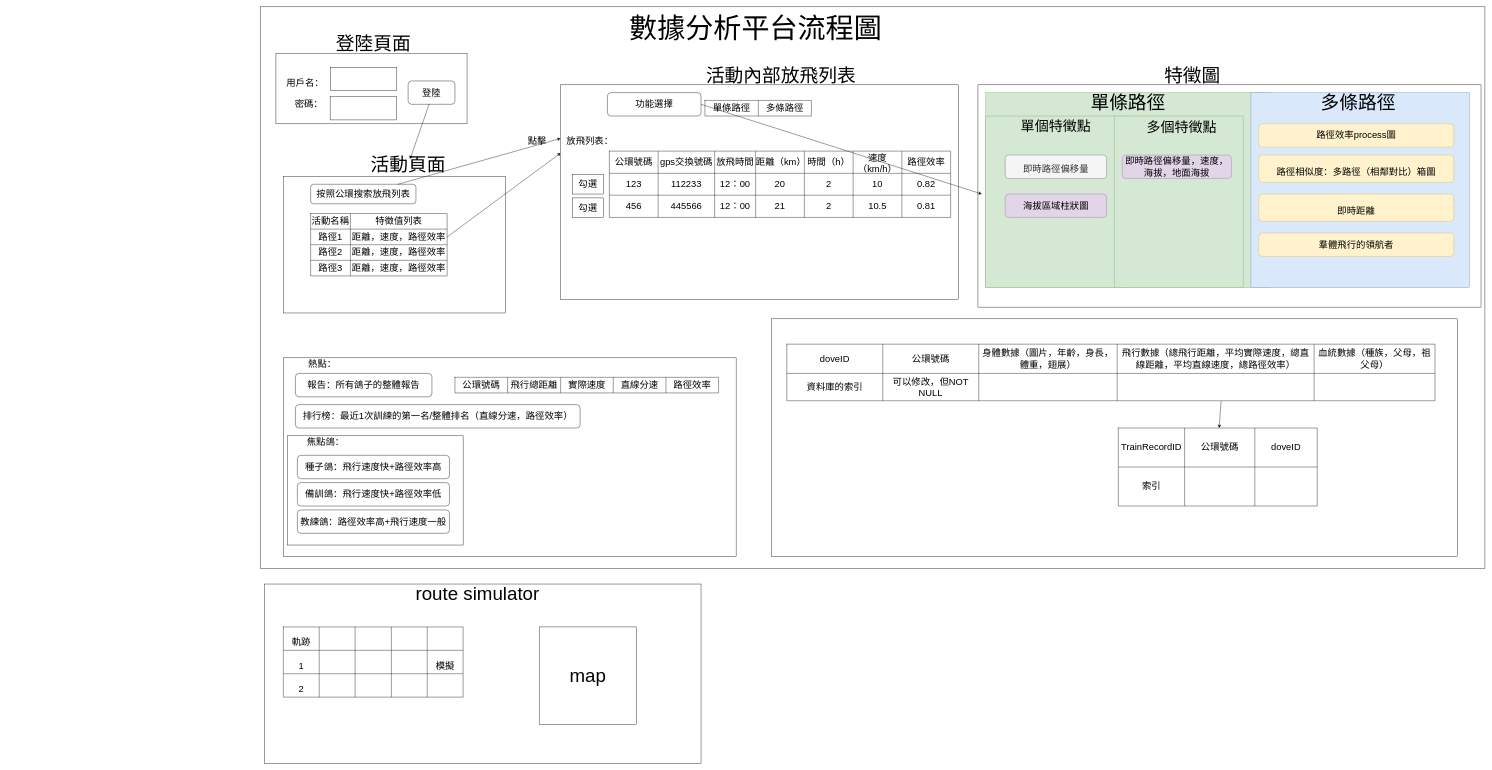
pengzhen80/PigeonRace keeps this draw.io diagram as page "流程圖" (9 of 18) of gpsDataAnalysisFunctionDesion.drawio. Above is the earlier version. Source tidied: cells renumbered, new cells numbered last; positions are measured from the earlier drawing's top-left corner, leaving out a move shared by most shapes. Both pictures are drawn from the tidied source at 39%, with x=0, y=0 at pixel (260, 7).
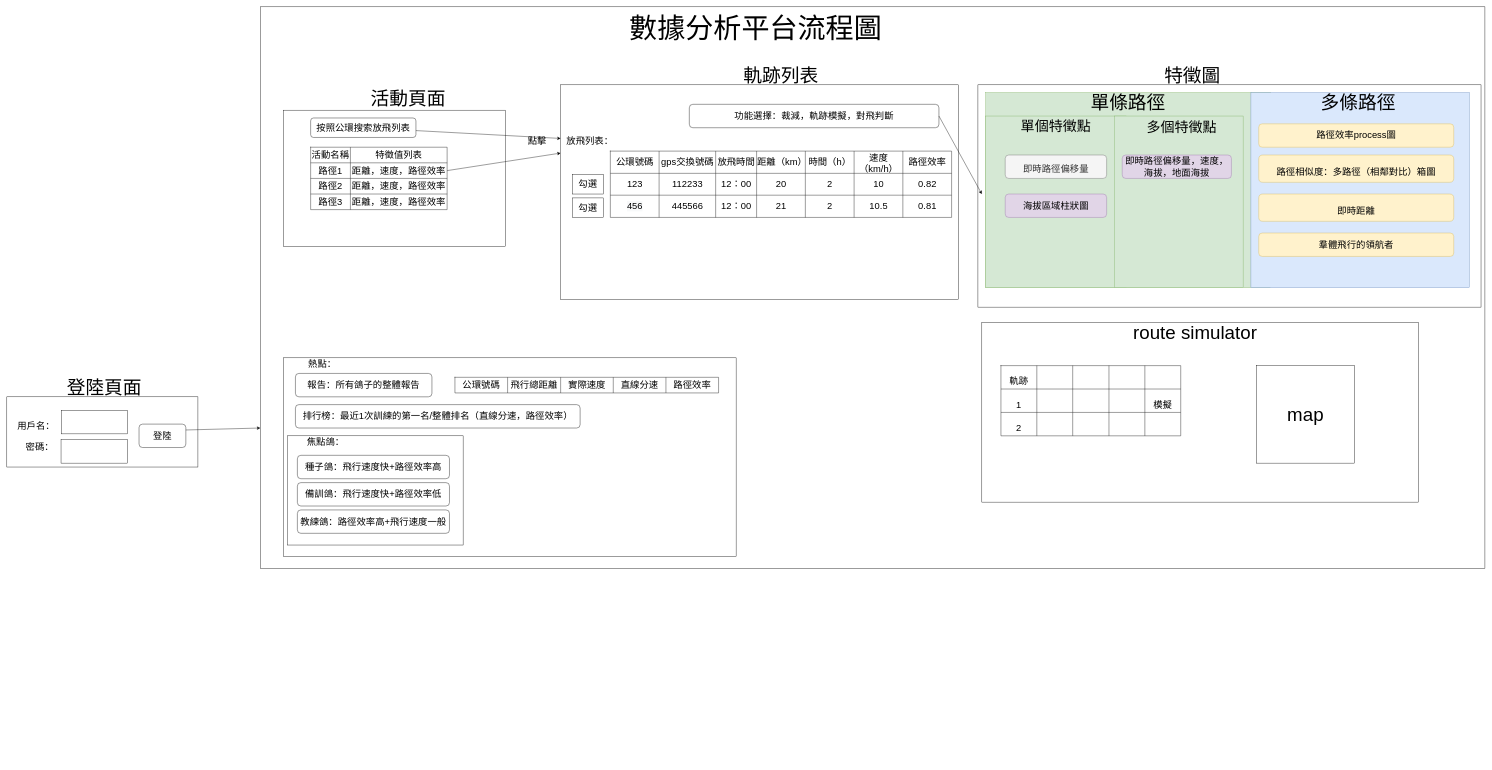
The same diagram, later.

The change refers to these unchanged cells:
```xml
<mxCell id="2" style="rounded=0;whiteSpace=wrap;html=1;fontSize=24;" parent="1" vertex="1">
  <mxGeometry width="3140" height="1440" as="geometry" />
</mxCell>
```

Change to the diagram source:
```diff
@@
     <mxCell id="6" style="rounded=0;whiteSpace=wrap;html=1;fontSize=24;" parent="1" vertex="1">
-      <mxGeometry x="59" y="435" width="570" height="350" as="geometry" />
+      <mxGeometry x="59" y="265" width="570" height="350" as="geometry" />
     </mxCell>
     <mxCell id="7" value="&lt;font style=&quot;font-size: 48px;&quot;&gt;活動頁面&lt;/font&gt;" style="text;html=1;strokeColor=none;fillColor=none;align=center;verticalAlign=middle;whiteSpace=wrap;rounded=0;fontSize=24;" parent="1" vertex="1">
-      <mxGeometry x="259" y="390" width="240" height="30" as="geometry" />
+      <mxGeometry x="259" y="220" width="240" height="30" as="geometry" />
     </mxCell>
     <mxCell id="8" style="shape=table;startSize=0;childLayout=tableLayout;fontSize=24;" parent="1" vertex="1">
-      <mxGeometry x="129" y="530" width="350" height="160" as="geometry" />
+      <mxGeometry x="129" y="360" width="350" height="160" as="geometry" />
     </mxCell>
@@
-    <mxCell id="24" value="&lt;font style=&quot;font-size: 48px;&quot;&gt;活動內部放飛列表&lt;/font&gt;" style="text;html=1;strokeColor=none;fillColor=none;align=center;verticalAlign=middle;whiteSpace=wrap;rounded=0;fontSize=24;" parent="1" vertex="1">
+    <mxCell id="24" value="&lt;font style=&quot;font-size: 48px;&quot;&gt;軌跡列表&lt;/font&gt;" style="text;html=1;strokeColor=none;fillColor=none;align=center;verticalAlign=middle;whiteSpace=wrap;rounded=0;fontSize=24;" parent="1" vertex="1">
       <mxGeometry x="1110" y="160" width="450" height="30" as="geometry" />
     </mxCell>
@@
     <mxCell id="27" style="shape=table;startSize=0;childLayout=tableLayout;fontSize=24;" parent="1" vertex="1">
-      <mxGeometry x="895" y="370" width="875" height="170" as="geometry" />
+      <mxGeometry x="897.5" y="370" width="875" height="170" as="geometry" />
     </mxCell>
@@
-    <mxCell id="52" value="功能選擇" style="rounded=1;whiteSpace=wrap;html=1;fontSize=24;" parent="1" vertex="1">
-      <mxGeometry x="890" y="220" width="240" height="60" as="geometry" />
+    <mxCell id="52" value="功能選擇：裁減，軌跡模擬，對飛判斷" style="rounded=1;whiteSpace=wrap;html=1;fontSize=24;" parent="1" vertex="1">
+      <mxGeometry x="1100" y="250" width="640" height="60" as="geometry" />
     </mxCell>
@@
     <mxCell id="55" value="按照公環搜索放飛列表" style="rounded=1;whiteSpace=wrap;html=1;fontSize=24;" parent="1" vertex="1">
-      <mxGeometry x="129" y="455" width="270" height="50" as="geometry" />
+      <mxGeometry x="129" y="285" width="270" height="50" as="geometry" />
     </mxCell>
@@
-    <mxCell id="57" style="shape=table;startSize=0;childLayout=tableLayout;fontSize=24;" parent="1" vertex="1">
-      <mxGeometry x="1140" y="240" width="273" height="40" as="geometry" />
-    </mxCell>
-    <mxCell id="58" style="shape=tableRow;horizontal=0;startSize=0;swimlaneHead=0;swimlaneBody=0;top=0;left=0;bottom=0;right=0;fillColor=none;fontSize=24;" parent="57" vertex="1">
-      <mxGeometry width="273" height="40" as="geometry" />
-    </mxCell>
-    <mxCell id="59" value="單條路徑" style="shape=partialRectangle;html=1;whiteSpace=wrap;overflow=hidden;fillColor=none;top=0;left=0;bottom=0;right=0;fontSize=24;" parent="58" vertex="1">
-      <mxGeometry width="137" height="40" as="geometry" />
-    </mxCell>
-    <mxCell id="60" value="多條路徑" style="shape=partialRectangle;html=1;whiteSpace=wrap;overflow=hidden;fillColor=none;top=0;left=0;bottom=0;right=0;fontSize=24;" parent="58" vertex="1">
-      <mxGeometry x="137" width="136" height="40" as="geometry" />
-    </mxCell>
@@
     <mxCell id="63" style="rounded=0;whiteSpace=wrap;html=1;" parent="1" vertex="1">
-      <mxGeometry x="40" y="120" width="490" height="180" as="geometry" />
+      <mxGeometry x="-650" y="1000" width="490" height="180" as="geometry" />
     </mxCell>
     <mxCell id="64" value="&lt;font style=&quot;font-size: 48px;&quot;&gt;登陸頁面&lt;/font&gt;" style="text;html=1;strokeColor=none;fillColor=none;align=center;verticalAlign=middle;whiteSpace=wrap;rounded=0;fontSize=24;" parent="1" vertex="1">
-      <mxGeometry x="170" y="80" width="240" height="30" as="geometry" />
+      <mxGeometry x="-520" y="960" width="240" height="30" as="geometry" />
     </mxCell>
     <mxCell id="65" value="&lt;font style=&quot;font-size: 24px;&quot;&gt;登陸&lt;/font&gt;" style="rounded=1;whiteSpace=wrap;html=1;" parent="1" vertex="1">
-      <mxGeometry x="379" y="190" width="120" height="60" as="geometry" />
+      <mxGeometry x="-311" y="1070" width="120" height="60" as="geometry" />
     </mxCell>
     <mxCell id="66" value="&lt;font style=&quot;font-size: 24px;&quot;&gt;用戶名：&lt;/font&gt;" style="text;html=1;strokeColor=none;fillColor=none;align=center;verticalAlign=middle;whiteSpace=wrap;rounded=0;" parent="1" vertex="1">
-      <mxGeometry x="50" y="180" width="130" height="30" as="geometry" />
+      <mxGeometry x="-640" y="1060" width="130" height="30" as="geometry" />
     </mxCell>
     <mxCell id="67" value="&lt;font style=&quot;font-size: 24px;&quot;&gt;密碼：&lt;/font&gt;" style="text;html=1;strokeColor=none;fillColor=none;align=center;verticalAlign=middle;whiteSpace=wrap;rounded=0;" parent="1" vertex="1">
-      <mxGeometry x="70" y="235" width="109" height="30" as="geometry" />
+      <mxGeometry x="-620" y="1115" width="109" height="30" as="geometry" />
     </mxCell>
     <mxCell id="68" style="rounded=0;whiteSpace=wrap;html=1;" parent="1" vertex="1">
-      <mxGeometry x="180" y="155" width="170" height="60" as="geometry" />
+      <mxGeometry x="-510" y="1035" width="170" height="60" as="geometry" />
     </mxCell>
     <mxCell id="69" style="rounded=0;whiteSpace=wrap;html=1;" parent="1" vertex="1">
-      <mxGeometry x="179" y="230" width="170" height="60" as="geometry" />
+      <mxGeometry x="-511" y="1110" width="170" height="60" as="geometry" />
     </mxCell>
-    <mxCell id="70" style="endArrow=classic;html=1;rounded=0;fontSize=24;exitX=0.45;exitY=0.983;exitDx=0;exitDy=0;exitPerimeter=0;" parent="1" edge="1" source="65" target="7">
+    <mxCell id="70" style="endArrow=classic;html=1;rounded=0;fontSize=24;exitX=1;exitY=0.25;exitDx=0;exitDy=0;entryX=0;entryY=0.75;entryDx=0;entryDy=0;" parent="1" edge="1" source="65" target="2">
       <mxGeometry relative="1" as="geometry" />
     </mxCell>
@@
-    <mxCell id="100" style="rounded=0;whiteSpace=wrap;html=1;" parent="1" vertex="1">
-      <mxGeometry x="1310" y="800" width="1760" height="610" as="geometry" />
-    </mxCell>
-    <mxCell id="101" style="shape=table;startSize=0;childLayout=tableLayout;" parent="1" vertex="1">
-      <mxGeometry x="1350" y="865" width="1662" height="145" as="geometry" />
-    </mxCell>
-    <mxCell id="102" style="shape=tableRow;horizontal=0;startSize=0;swimlaneHead=0;swimlaneBody=0;top=0;left=0;bottom=0;right=0;fillColor=none;" parent="101" vertex="1">
-      <mxGeometry width="1662" height="75" as="geometry" />
-    </mxCell>
-    <mxCell id="103" value="&lt;font style=&quot;font-size: 24px;&quot;&gt;doveID&lt;/font&gt;" style="shape=partialRectangle;html=1;whiteSpace=wrap;overflow=hidden;fillColor=none;top=0;left=0;bottom=0;right=0;" parent="102" vertex="1">
-      <mxGeometry width="246" height="75" as="geometry" />
-    </mxCell>
-    <mxCell id="104" value="&lt;font style=&quot;font-size: 24px;&quot;&gt;公環號碼&lt;/font&gt;" style="shape=partialRectangle;html=1;whiteSpace=wrap;overflow=hidden;fillColor=none;top=0;left=0;bottom=0;right=0;" parent="102" vertex="1">
-      <mxGeometry x="246" width="246" height="75" as="geometry" />
-    </mxCell>
-    <mxCell id="105" value="&lt;font style=&quot;font-size: 24px;&quot;&gt;身體數據（圖片，年齡，身長，體重，翅展）&lt;/font&gt;" style="shape=partialRectangle;html=1;whiteSpace=wrap;overflow=hidden;fillColor=none;top=0;left=0;bottom=0;right=0;" parent="102" vertex="1">
-      <mxGeometry x="492" width="355" height="75" as="geometry" />
-    </mxCell>
-    <mxCell id="106" value="&lt;font style=&quot;font-size: 24px;&quot;&gt;飛行數據（總飛行距離，平均實際速度，總直線距離，平均直線速度，總路徑效率）&lt;/font&gt;" style="shape=partialRectangle;html=1;whiteSpace=wrap;overflow=hidden;fillColor=none;top=0;left=0;bottom=0;right=0;" parent="102" vertex="1">
-      <mxGeometry x="847" width="505" height="75" as="geometry" />
-    </mxCell>
-    <mxCell id="107" value="&lt;font style=&quot;font-size: 24px;&quot;&gt;血統數據（種族，父母，祖父母）&lt;/font&gt;" style="shape=partialRectangle;html=1;whiteSpace=wrap;overflow=hidden;fillColor=none;top=0;left=0;bottom=0;right=0;" parent="102" vertex="1">
-      <mxGeometry x="1352" width="310" height="75" as="geometry" />
-    </mxCell>
-    <mxCell id="108" style="shape=tableRow;horizontal=0;startSize=0;swimlaneHead=0;swimlaneBody=0;top=0;left=0;bottom=0;right=0;fillColor=none;points=[[0,0.5],[1,0.5]];portConstraint=eastwest;" parent="101" vertex="1">
-      <mxGeometry y="75" width="1662" height="70" as="geometry" />
-    </mxCell>
-    <mxCell id="109" value="&lt;font style=&quot;font-size: 24px;&quot;&gt;資料庫的索引&lt;/font&gt;" style="shape=partialRectangle;html=1;whiteSpace=wrap;overflow=hidden;fillColor=none;top=0;left=0;bottom=0;right=0;" parent="108" vertex="1">
-      <mxGeometry width="246" height="70" as="geometry" />
-    </mxCell>
-    <mxCell id="110" value="&lt;font style=&quot;font-size: 24px;&quot;&gt;可以修改，但NOT NULL&lt;/font&gt;" style="shape=partialRectangle;html=1;whiteSpace=wrap;overflow=hidden;fillColor=none;top=0;left=0;bottom=0;right=0;" parent="108" vertex="1">
-      <mxGeometry x="246" width="246" height="70" as="geometry" />
-    </mxCell>
-    <mxCell id="111" style="shape=partialRectangle;html=1;whiteSpace=wrap;overflow=hidden;fillColor=none;top=0;left=0;bottom=0;right=0;" parent="108" vertex="1">
-      <mxGeometry x="492" width="355" height="70" as="geometry" />
-    </mxCell>
-    <mxCell id="112" style="shape=partialRectangle;html=1;whiteSpace=wrap;overflow=hidden;fillColor=none;top=0;left=0;bottom=0;right=0;" parent="108" vertex="1">
-      <mxGeometry x="847" width="505" height="70" as="geometry" />
-    </mxCell>
-    <mxCell id="113" style="shape=partialRectangle;html=1;whiteSpace=wrap;overflow=hidden;fillColor=none;top=0;left=0;bottom=0;right=0;" parent="108" vertex="1">
-      <mxGeometry x="1352" width="310" height="70" as="geometry" />
-    </mxCell>
-    <mxCell id="114" style="shape=table;startSize=0;childLayout=tableLayout;fontSize=24;" parent="1" vertex="1">
-      <mxGeometry x="2200" y="1080" width="510" height="200" as="geometry" />
-    </mxCell>
-    <mxCell id="115" style="shape=tableRow;horizontal=0;startSize=0;swimlaneHead=0;swimlaneBody=0;top=0;left=0;bottom=0;right=0;fillColor=none;points=[[0,0.5],[1,0.5]];portConstraint=eastwest;fontSize=24;" parent="114" vertex="1">
-      <mxGeometry width="510" height="100" as="geometry" />
-    </mxCell>
-    <mxCell id="116" value="TrainRecordID" style="shape=partialRectangle;html=1;whiteSpace=wrap;overflow=hidden;fillColor=none;top=0;left=0;bottom=0;right=0;fontSize=24;" parent="115" vertex="1">
-      <mxGeometry width="170" height="100" as="geometry" />
-    </mxCell>
-    <mxCell id="117" value="公環號碼" style="shape=partialRectangle;html=1;whiteSpace=wrap;overflow=hidden;fillColor=none;top=0;left=0;bottom=0;right=0;fontSize=24;" parent="115" vertex="1">
-      <mxGeometry x="170" width="180" height="100" as="geometry" />
-    </mxCell>
-    <mxCell id="118" value="doveID" style="shape=partialRectangle;html=1;whiteSpace=wrap;overflow=hidden;fillColor=none;top=0;left=0;bottom=0;right=0;fontSize=24;" parent="115" vertex="1">
-      <mxGeometry x="350" width="160" height="100" as="geometry" />
-    </mxCell>
-    <mxCell id="119" style="shape=tableRow;horizontal=0;startSize=0;swimlaneHead=0;swimlaneBody=0;top=0;left=0;bottom=0;right=0;fillColor=none;fontSize=24;" parent="114" vertex="1">
-      <mxGeometry y="100" width="510" height="100" as="geometry" />
-    </mxCell>
-    <mxCell id="120" value="索引" style="shape=partialRectangle;html=1;whiteSpace=wrap;overflow=hidden;fillColor=none;top=0;left=0;bottom=0;right=0;fontSize=24;" parent="119" vertex="1">
-      <mxGeometry width="170" height="100" as="geometry" />
-    </mxCell>
-    <mxCell id="121" style="shape=partialRectangle;html=1;whiteSpace=wrap;overflow=hidden;fillColor=none;top=0;left=0;bottom=0;right=0;fontSize=24;" parent="119" vertex="1">
-      <mxGeometry x="170" width="180" height="100" as="geometry" />
-    </mxCell>
-    <mxCell id="122" style="shape=partialRectangle;html=1;whiteSpace=wrap;overflow=hidden;fillColor=none;top=0;left=0;bottom=0;right=0;fontSize=24;" parent="119" vertex="1">
-      <mxGeometry x="350" width="160" height="100" as="geometry" />
-    </mxCell>
-    <mxCell id="123" style="endArrow=classic;html=1;rounded=0;fontSize=24;exitX=0.67;exitY=1.014;exitDx=0;exitDy=0;exitPerimeter=0;" parent="1" edge="1" source="108" target="115">
-      <mxGeometry relative="1" as="geometry" />
-    </mxCell>
-    <mxCell id="124" style="rounded=0;whiteSpace=wrap;html=1;" parent="1" vertex="1">
-      <mxGeometry x="10" y="1480" width="1120" height="460" as="geometry" />
-    </mxCell>
+    <mxCell id="146" style="rounded=0;whiteSpace=wrap;html=1;" parent="1" vertex="1">
+      <mxGeometry x="1850" y="810" width="1120" height="460" as="geometry" />
+    </mxCell>
     <mxCell id="125" value="&lt;font style=&quot;font-size: 48px;&quot;&gt;route simulator&lt;/font&gt;" style="text;html=1;strokeColor=none;fillColor=none;align=center;verticalAlign=middle;whiteSpace=wrap;rounded=0;" parent="1" vertex="1">
-      <mxGeometry x="357" y="1490" width="400" height="30" as="geometry" />
+      <mxGeometry x="2197" y="820" width="400" height="30" as="geometry" />
     </mxCell>
     <mxCell id="126" value="map" style="whiteSpace=wrap;html=1;fontSize=48;" parent="1" vertex="1">
-      <mxGeometry x="715" y="1590" width="250" height="250" as="geometry" />
+      <mxGeometry x="2555" y="920" width="250" height="250" as="geometry" />
     </mxCell>
-    <mxCell id="127" style="shape=table;startSize=0;childLayout=tableLayout;fontSize=48;" parent="1" vertex="1">
-      <mxGeometry x="59" y="1590" width="461" height="180" as="geometry" />
-    </mxCell>
+    <mxCell id="147" style="shape=table;startSize=0;childLayout=tableLayout;fontSize=48;" parent="1" vertex="1">
+      <mxGeometry x="1899" y="920" width="461" height="180" as="geometry" />
+    </mxCell>
-    <mxCell id="128" style="shape=tableRow;horizontal=0;startSize=0;swimlaneHead=0;swimlaneBody=0;top=0;left=0;bottom=0;right=0;fillColor=none;fontSize=48;" parent="127" vertex="1">
+    <mxCell id="128" style="shape=tableRow;horizontal=0;startSize=0;swimlaneHead=0;swimlaneBody=0;top=0;left=0;bottom=0;right=0;fillColor=none;fontSize=48;" parent="147" vertex="1">
       <mxGeometry width="461" height="60" as="geometry" />
     </mxCell>
@@
-    <mxCell id="130" style="shape=partialRectangle;html=1;whiteSpace=wrap;overflow=hidden;fillColor=none;top=0;left=0;bottom=0;right=0;fontSize=48;" parent="128" vertex="1">
-      <mxGeometry x="92" width="92" height="60" as="geometry" />
-    </mxCell>
-    <mxCell id="131" style="shape=partialRectangle;html=1;whiteSpace=wrap;overflow=hidden;fillColor=none;top=0;left=0;bottom=0;right=0;fontSize=48;" parent="128" vertex="1">
-      <mxGeometry x="184" width="93" height="60" as="geometry" />
-    </mxCell>
-    <mxCell id="132" style="shape=partialRectangle;html=1;whiteSpace=wrap;overflow=hidden;fillColor=none;top=0;left=0;bottom=0;right=0;fontSize=48;" parent="128" vertex="1">
-      <mxGeometry x="277" width="92" height="60" as="geometry" />
-    </mxCell>
-    <mxCell id="133" style="shape=partialRectangle;html=1;whiteSpace=wrap;overflow=hidden;fillColor=none;top=0;left=0;bottom=0;right=0;fontSize=48;" parent="128" vertex="1">
-      <mxGeometry x="369" width="92" height="60" as="geometry" />
-    </mxCell>
+    <mxCell id="148" style="shape=partialRectangle;html=1;whiteSpace=wrap;overflow=hidden;fillColor=none;top=0;left=0;bottom=0;right=0;fontSize=48;" parent="128" vertex="1">
+      <mxGeometry x="92" width="92" height="60" as="geometry" />
+    </mxCell>
+    <mxCell id="149" style="shape=partialRectangle;html=1;whiteSpace=wrap;overflow=hidden;fillColor=none;top=0;left=0;bottom=0;right=0;fontSize=48;" parent="128" vertex="1">
+      <mxGeometry x="184" width="93" height="60" as="geometry" />
+    </mxCell>
+    <mxCell id="150" style="shape=partialRectangle;html=1;whiteSpace=wrap;overflow=hidden;fillColor=none;top=0;left=0;bottom=0;right=0;fontSize=48;" parent="128" vertex="1">
+      <mxGeometry x="277" width="92" height="60" as="geometry" />
+    </mxCell>
+    <mxCell id="151" style="shape=partialRectangle;html=1;whiteSpace=wrap;overflow=hidden;fillColor=none;top=0;left=0;bottom=0;right=0;fontSize=48;" parent="128" vertex="1">
+      <mxGeometry x="369" width="92" height="60" as="geometry" />
+    </mxCell>
-    <mxCell id="134" style="shape=tableRow;horizontal=0;startSize=0;swimlaneHead=0;swimlaneBody=0;top=0;left=0;bottom=0;right=0;fillColor=none;fontSize=48;" parent="127" vertex="1">
+    <mxCell id="134" style="shape=tableRow;horizontal=0;startSize=0;swimlaneHead=0;swimlaneBody=0;top=0;left=0;bottom=0;right=0;fillColor=none;fontSize=48;" parent="147" vertex="1">
       <mxGeometry y="60" width="461" height="60" as="geometry" />
     </mxCell>
@@
-    <mxCell id="136" style="shape=partialRectangle;html=1;whiteSpace=wrap;overflow=hidden;fillColor=none;top=0;left=0;bottom=0;right=0;fontSize=48;" parent="134" vertex="1">
-      <mxGeometry x="92" width="92" height="60" as="geometry" />
-    </mxCell>
-    <mxCell id="137" style="shape=partialRectangle;html=1;whiteSpace=wrap;overflow=hidden;fillColor=none;top=0;left=0;bottom=0;right=0;fontSize=48;" parent="134" vertex="1">
-      <mxGeometry x="184" width="93" height="60" as="geometry" />
-    </mxCell>
-    <mxCell id="138" style="shape=partialRectangle;html=1;whiteSpace=wrap;overflow=hidden;fillColor=none;top=0;left=0;bottom=0;right=0;fontSize=48;" parent="134" vertex="1">
-      <mxGeometry x="277" width="92" height="60" as="geometry" />
-    </mxCell>
+    <mxCell id="152" style="shape=partialRectangle;html=1;whiteSpace=wrap;overflow=hidden;fillColor=none;top=0;left=0;bottom=0;right=0;fontSize=48;" parent="134" vertex="1">
+      <mxGeometry x="92" width="92" height="60" as="geometry" />
+    </mxCell>
+    <mxCell id="153" style="shape=partialRectangle;html=1;whiteSpace=wrap;overflow=hidden;fillColor=none;top=0;left=0;bottom=0;right=0;fontSize=48;" parent="134" vertex="1">
+      <mxGeometry x="184" width="93" height="60" as="geometry" />
+    </mxCell>
+    <mxCell id="154" style="shape=partialRectangle;html=1;whiteSpace=wrap;overflow=hidden;fillColor=none;top=0;left=0;bottom=0;right=0;fontSize=48;" parent="134" vertex="1">
+      <mxGeometry x="277" width="92" height="60" as="geometry" />
+    </mxCell>
@@
-    <mxCell id="140" style="shape=tableRow;horizontal=0;startSize=0;swimlaneHead=0;swimlaneBody=0;top=0;left=0;bottom=0;right=0;fillColor=none;fontSize=48;" parent="127" vertex="1">
+    <mxCell id="140" style="shape=tableRow;horizontal=0;startSize=0;swimlaneHead=0;swimlaneBody=0;top=0;left=0;bottom=0;right=0;fillColor=none;fontSize=48;" parent="147" vertex="1">
       <mxGeometry y="120" width="461" height="60" as="geometry" />
     </mxCell>
@@
-    <mxCell id="142" style="shape=partialRectangle;html=1;whiteSpace=wrap;overflow=hidden;fillColor=none;top=0;left=0;bottom=0;right=0;fontSize=48;" parent="140" vertex="1">
-      <mxGeometry x="92" width="92" height="60" as="geometry" />
-    </mxCell>
-    <mxCell id="143" style="shape=partialRectangle;html=1;whiteSpace=wrap;overflow=hidden;fillColor=none;top=0;left=0;bottom=0;right=0;fontSize=48;" parent="140" vertex="1">
-      <mxGeometry x="184" width="93" height="60" as="geometry" />
-    </mxCell>
-    <mxCell id="144" style="shape=partialRectangle;html=1;whiteSpace=wrap;overflow=hidden;fillColor=none;top=0;left=0;bottom=0;right=0;fontSize=48;" parent="140" vertex="1">
-      <mxGeometry x="277" width="92" height="60" as="geometry" />
-    </mxCell>
-    <mxCell id="145" style="shape=partialRectangle;html=1;whiteSpace=wrap;overflow=hidden;fillColor=none;top=0;left=0;bottom=0;right=0;fontSize=48;" parent="140" vertex="1">
-      <mxGeometry x="369" width="92" height="60" as="geometry" />
-    </mxCell>
+    <mxCell id="155" style="shape=partialRectangle;html=1;whiteSpace=wrap;overflow=hidden;fillColor=none;top=0;left=0;bottom=0;right=0;fontSize=48;" parent="140" vertex="1">
+      <mxGeometry x="92" width="92" height="60" as="geometry" />
+    </mxCell>
+    <mxCell id="156" style="shape=partialRectangle;html=1;whiteSpace=wrap;overflow=hidden;fillColor=none;top=0;left=0;bottom=0;right=0;fontSize=48;" parent="140" vertex="1">
+      <mxGeometry x="184" width="93" height="60" as="geometry" />
+    </mxCell>
+    <mxCell id="157" style="shape=partialRectangle;html=1;whiteSpace=wrap;overflow=hidden;fillColor=none;top=0;left=0;bottom=0;right=0;fontSize=48;" parent="140" vertex="1">
+      <mxGeometry x="277" width="92" height="60" as="geometry" />
+    </mxCell>
+    <mxCell id="158" style="shape=partialRectangle;html=1;whiteSpace=wrap;overflow=hidden;fillColor=none;top=0;left=0;bottom=0;right=0;fontSize=48;" parent="140" vertex="1">
+      <mxGeometry x="369" width="92" height="60" as="geometry" />
+    </mxCell>
```
